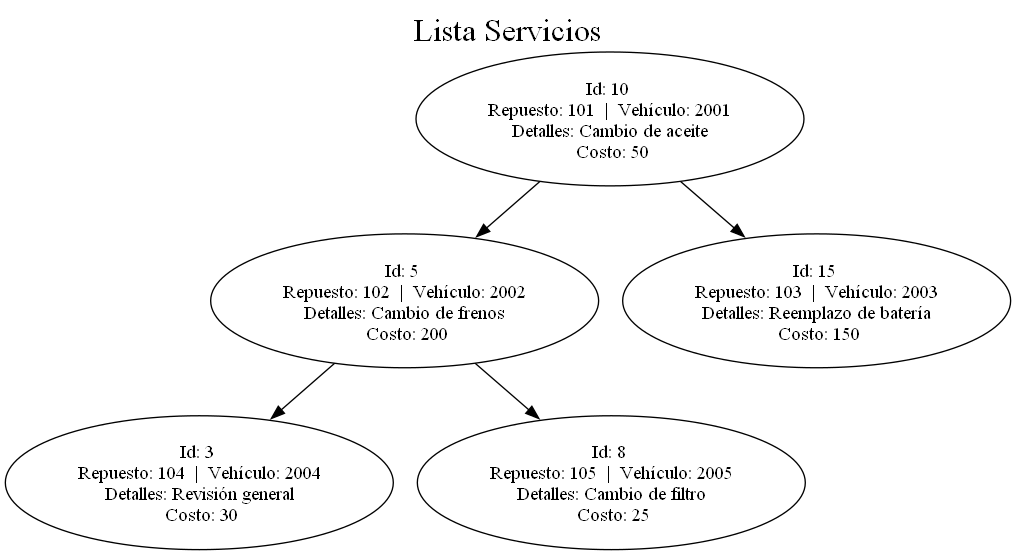
Above: Fase2/Reportes/servicios.png in Saloj17/-EDD-1S2025_201900081 (Graphviz), before the change. Its source is kept beside it as Fase2/Reportes/servicios.dot. Source of this version:
```dot
digraph G {
label = "Lista Servicios";

labelloc = "t";
fontsize = 24;\n\n
 10 [label="Id: 10 \n Repuesto: 101  |  Vehículo: 2001 \n Detalles: Cambio de aceite \n Costo: 50"];
  10 -> 5;
 5 [label="Id: 5 \n Repuesto: 102  |  Vehículo: 2002 \n Detalles: Cambio de frenos \n Costo: 200"];
  5 -> 3;
 3 [label="Id: 3 \n Repuesto: 104  |  Vehículo: 2004 \n Detalles: Revisión general \n Costo: 30"];
  5 -> 8;
 8 [label="Id: 8 \n Repuesto: 105  |  Vehículo: 2005 \n Detalles: Cambio de filtro \n Costo: 25"];
  10 -> 15;
 15 [label="Id: 15 \n Repuesto: 103  |  Vehículo: 2003 \n Detalles: Reemplazo de batería \n Costo: 150"];
}
```
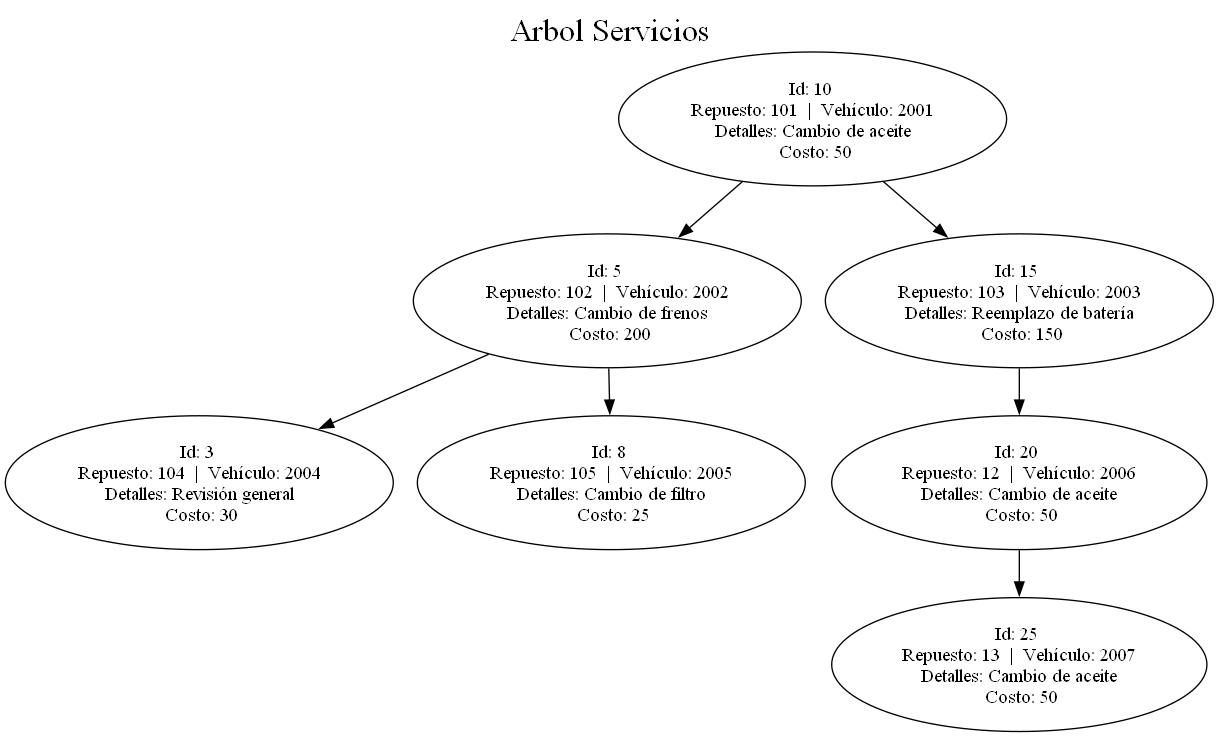
The same diagram one commit later.

Change to the diagram source:
```diff
@@ -1,8 +1,8 @@
 digraph G {
-label = "Lista Servicios";
+label = "Arbol Servicios";
 
 labelloc = "t";
-fontsize = 24;\n\n
+fontsize = 24;
  10 [label="Id: 10 \n Repuesto: 101  |  Vehículo: 2001 \n Detalles: Cambio de aceite \n Costo: 50"];
   10 -> 5;
  5 [label="Id: 5 \n Repuesto: 102  |  Vehículo: 2002 \n Detalles: Cambio de frenos \n Costo: 200"];
@@ -12,4 +12,8 @@
  8 [label="Id: 8 \n Repuesto: 105  |  Vehículo: 2005 \n Detalles: Cambio de filtro \n Costo: 25"];
   10 -> 15;
  15 [label="Id: 15 \n Repuesto: 103  |  Vehículo: 2003 \n Detalles: Reemplazo de batería \n Costo: 150"];
+  15 -> 20;
+ 20 [label="Id: 20 \n Repuesto: 12  |  Vehículo: 2006 \n Detalles: Cambio de aceite \n Costo: 50"];
+  20 -> 25;
+ 25 [label="Id: 25 \n Repuesto: 13  |  Vehículo: 2007 \n Detalles: Cambio de aceite \n Costo: 50"];
 }
```
